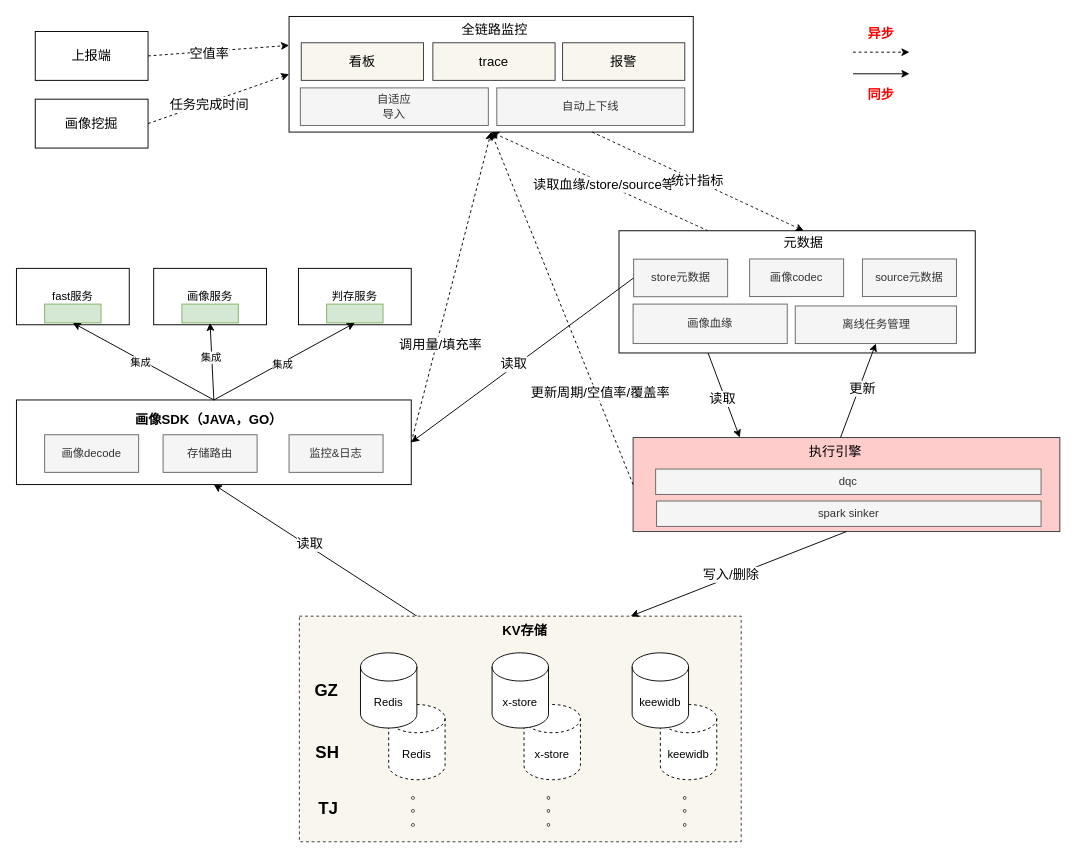
learn2Pro/draw_io_save keeps this draw.io diagram as f_sinker.drawio. Above is the earlier version. Source tidied: cells renumbered, new cells numbered last; positions are measured from the earlier drawing's top-left corner, leaving out a move shared by most shapes. Both pictures are drawn from the tidied source at 94%, with x=0, y=0 at pixel (16, 16).
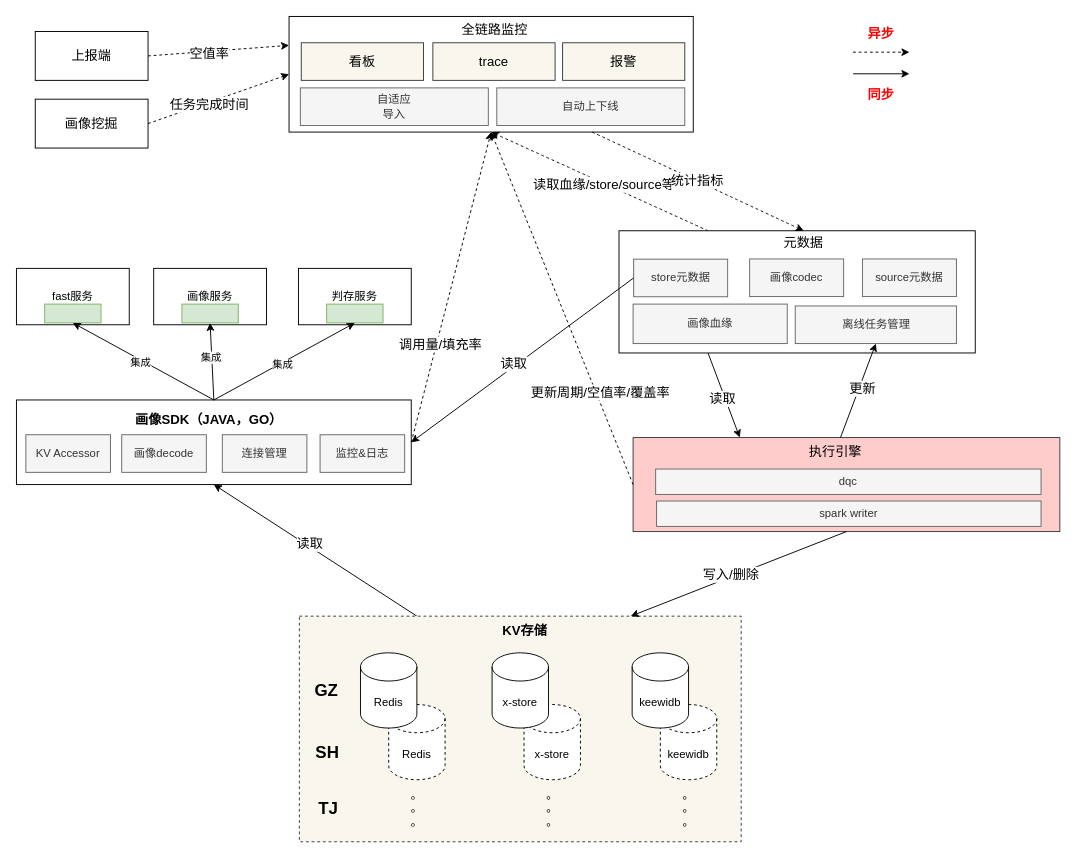
After the change.

What changed in the source:
```diff
@@
     <mxCell id="16" value="画像decode" style="rounded=0;whiteSpace=wrap;html=1;fillColor=#f5f5f5;fontColor=#333333;strokeColor=#666666;flipH=1;flipV=1;" parent="1" vertex="1">
-      <mxGeometry x="30" y="445" width="100" height="40" as="geometry" />
+      <mxGeometry x="112" y="445" width="90" height="40" as="geometry" />
     </mxCell>
-    <mxCell id="17" value="存储路由" style="rounded=0;whiteSpace=wrap;html=1;fillColor=#f5f5f5;fontColor=#333333;strokeColor=#666666;flipH=1;flipV=1;" parent="1" vertex="1">
-      <mxGeometry x="156" y="445" width="100" height="40" as="geometry" />
+    <mxCell id="17" value="连接管理" style="rounded=0;whiteSpace=wrap;html=1;fillColor=#f5f5f5;fontColor=#333333;strokeColor=#666666;flipH=1;flipV=1;" parent="1" vertex="1">
+      <mxGeometry x="219" y="445" width="90" height="40" as="geometry" />
     </mxCell>
     <mxCell id="18" value="监控&amp;amp;日志" style="rounded=0;whiteSpace=wrap;html=1;fillColor=#f5f5f5;fontColor=#333333;strokeColor=#666666;flipH=1;flipV=1;" parent="1" vertex="1">
-      <mxGeometry x="290" y="445" width="100" height="40" as="geometry" />
+      <mxGeometry x="323" y="445" width="90" height="40" as="geometry" />
     </mxCell>
@@
-    <mxCell id="43" value="spark sinker" style="rounded=0;whiteSpace=wrap;html=1;fillColor=#f5f5f5;fontColor=#333333;strokeColor=#666666;flipH=1;flipV=1;" parent="1" vertex="1">
+    <mxCell id="43" value="spark writer" style="rounded=0;whiteSpace=wrap;html=1;fillColor=#f5f5f5;fontColor=#333333;strokeColor=#666666;flipH=1;flipV=1;" parent="1" vertex="1">
       <mxGeometry x="681" y="515.5" width="409" height="27" as="geometry" />
     </mxCell>
@@
+    <mxCell id="81" value="KV Accessor" style="rounded=0;whiteSpace=wrap;html=1;fillColor=#f5f5f5;fontColor=#333333;strokeColor=#666666;flipH=1;flipV=1;" parent="1" vertex="1">
+      <mxGeometry x="10" y="445" width="90" height="40" as="geometry" />
+    </mxCell>
```
